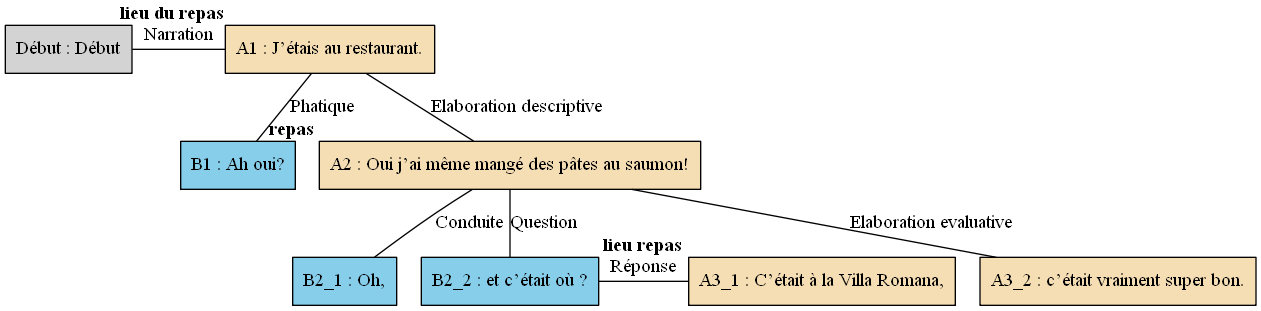
Above: arbres/Bac_a_sable/Bac_a_sable_-_A06.gv.png in AlaixComet/AnnotationSlamPTut (Graphviz), before the change. Its source is kept beside it as arbres/Bac_a_sable/Bac_a_sable_-_A06.gv.
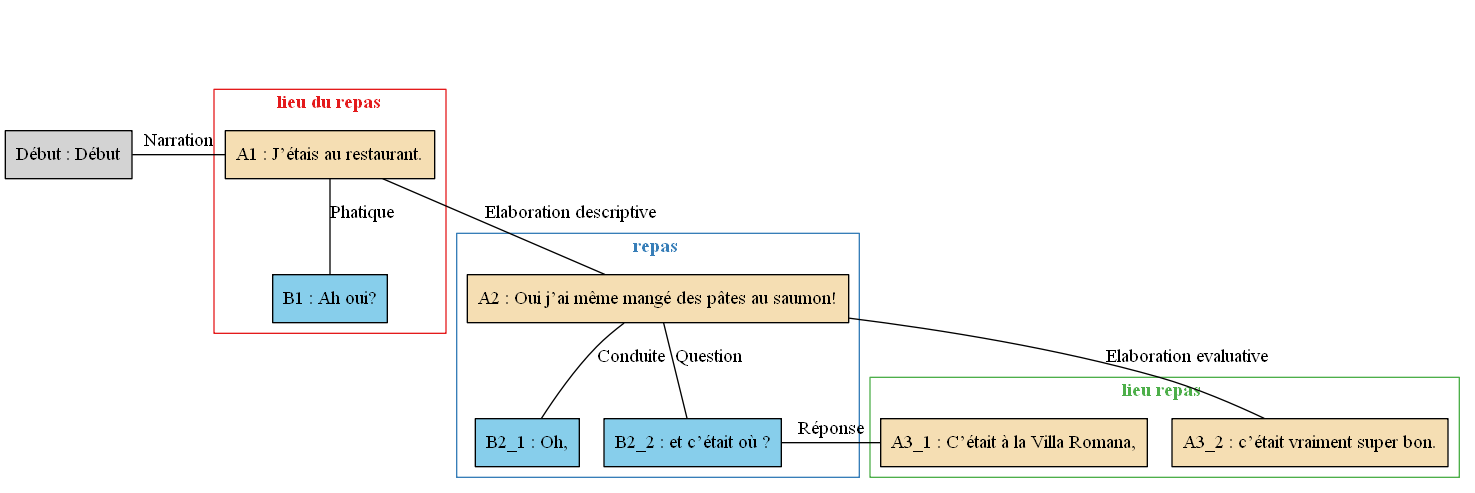
Later version of the same file.

Change to the diagram source:
```diff
@@ -1,28 +1,48 @@
 digraph A06 {
 	node [shape=box style=filled]
-	"Début" [label="Début : Début" xlabel=""]
-	A1 [label="A1 : J’étais au restaurant." fillcolor=wheat xlabel=<<B>lieu du repas</B>>]
-	B1 [label="B1 : Ah oui?" fillcolor=skyblue xlabel=""]
-	A2 [label="A2 : Oui j’ai même mangé des pâtes au saumon!" fillcolor=wheat xlabel=<<B>repas </B>>]
-	B2_1 [label="B2_1 : Oh," fillcolor=skyblue xlabel=""]
-	B2_2 [label="B2_2 : et c’était où ?" fillcolor=skyblue xlabel=""]
-	A3_1 [label="A3_1 : C’était à la Villa Romana," fillcolor=wheat xlabel=<<B>lieu repas </B>>]
-	A3_2 [label="A3_2 : c’était vraiment super bon." fillcolor=wheat xlabel=""]
-	A1 -> B1 [label=Phatique dir=none]
-	A1 -> A2 [label="Elaboration descriptive" dir=none]
-	A2 -> B2_1 [label=Conduite dir=none]
-	A2 -> B2_2 [label=Question dir=none]
-	{
-		rank=same
+	newrank=true
+	zero [style=invis]
+	"Début" [label="Début : Début"]
+	A1 [label="A1 : J’étais au restaurant." fillcolor=wheat]
+	B1 [label="B1 : Ah oui?" fillcolor=skyblue]
+	A2 [label="A2 : Oui j’ai même mangé des pâtes au saumon!" fillcolor=wheat]
+	B2_1 [label="B2_1 : Oh," fillcolor=skyblue]
+	B2_2 [label="B2_2 : et c’était où ?" fillcolor=skyblue]
+	A3_1 [label="A3_1 : C’était à la Villa Romana," fillcolor=wheat]
+	A3_2 [label="A3_2 : c’était vraiment super bon." fillcolor=wheat]
+	zero -> "Début" [label="" style=invis]
+	A1 -> B1 [label=Phatique dir=none weight=2]
+	A1 -> A2 [label="Elaboration descriptive" dir=none weight=2]
+	A2 -> B2_1 [label=Conduite dir=none weight=2]
+	A2 -> B2_2 [label=Question dir=none weight=2]
+	A2 -> A3_1 [style=invis weight=1]
+	B2_2 -> A3_1 [label="Réponse" constraint=false dir=none]
+	zero -> A1 [style=invis weight=1]
+	"Début" -> A1 [label=Narration constraint=false dir=none]
+	A2 -> A3_2 [label="Elaboration evaluative" dir=none weight=2]
+	subgraph cluster_1 {
+		label=<<B>lieu du repas</B>>
+		colorscheme=set19
+		color=1
+		fontcolor=1
+		A1
+		B1
+	}
+	subgraph cluster_2 {
+		label=<<B>repas </B>>
+		colorscheme=set19
+		color=2
+		fontcolor=2
+		A2
+		B2_1
 		B2_2
+	}
+	subgraph cluster_3 {
+		label=<<B>lieu repas </B>>
+		colorscheme=set19
+		color=3
+		fontcolor=3
 		A3_1
-		B2_2 -> A3_1 [label="Réponse" dir=none]
+		A3_2
 	}
-	{
-		rank=same
-		"Début"
-		A1
-		"Début" -> A1 [label=Narration dir=none]
-	}
-	A2 -> A3_2 [label="Elaboration evaluative" dir=none]
 }
```
